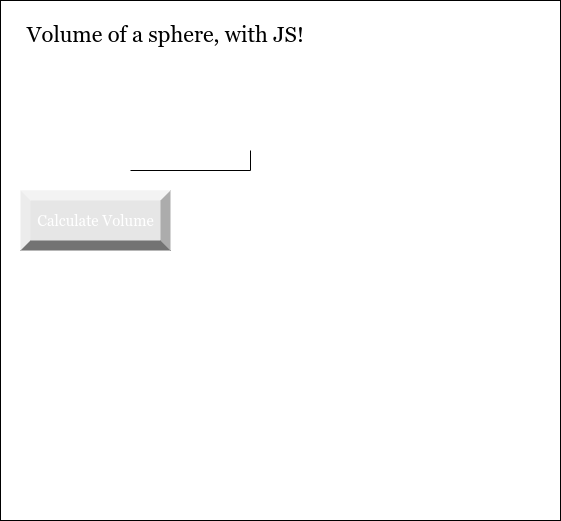
The draw.io diagram design/storyboard.png in Brayden-Blank/ICS2O-Unit-3-03-HTML-2, before a commit. Source tidied: cells renumbered, new cells last; positions are measured from the earlier drawing's top-left corner, leaving out a move shared by most shapes. The source it was exported from:
```xml
<mxGraphModel>
  <root>
    <mxCell id="0" />
    <mxCell id="1" parent="0" />
    <mxCell id="2" style="verticalLabelPosition=bottom;verticalAlign=top;html=1;shape=mxgraph.basic.rect;fillColor2=none;strokeWidth=1;size=20;indent=5;" parent="1" vertex="1">
      <mxGeometry width="560" height="520" as="geometry" />
    </mxCell>
    <mxCell id="3" value="Volume of a sphere, with JS!" style="text;html=1;align=center;verticalAlign=middle;strokeColor=none;fillColor=none;fontSize=22;fontFamily=Georgia;" parent="1" vertex="1">
      <mxGeometry x="20" y="20" width="290" height="30" as="geometry" />
    </mxCell>
    <mxCell id="4" value="&lt;font style=&quot;font-size: 30px;&quot; color=&quot;#ffffff&quot;&gt;V = 4/3&amp;nbsp;&lt;span style=&quot;text-align: left; font-size: 30px;&quot;&gt;π&amp;nbsp; r&lt;sup style=&quot;font-size: 30px;&quot;&gt;3&lt;/sup&gt;&lt;/span&gt;&lt;/font&gt;" style="text;html=1;align=center;verticalAlign=middle;strokeColor=none;fillColor=none;fontSize=30;fontFamily=Georgia;" parent="1" vertex="1">
      <mxGeometry x="20" y="60" width="190" height="50" as="geometry" />
    </mxCell>
    <mxCell id="5" value="&lt;font style=&quot;font-size: 15px&quot;&gt;Input radius...&lt;/font&gt;" style="text;html=1;align=center;verticalAlign=middle;strokeColor=none;fillColor=none;fontSize=30;fontFamily=Georgia;fontColor=#FFFFFF;" parent="1" vertex="1">
      <mxGeometry x="20" y="130" width="110" height="50" as="geometry" />
    </mxCell>
    <mxCell id="6" style="shape=partialRectangle;whiteSpace=wrap;html=1;top=0;left=0;fillColor=none;labelBackgroundColor=none;fontFamily=Georgia;fontSize=15;fontColor=#FFFFFF;" parent="1" vertex="1">
      <mxGeometry x="130" y="150" width="120" height="20" as="geometry" />
    </mxCell>
    <mxCell id="7" value="Calculate Volume" style="labelPosition=center;verticalLabelPosition=middle;align=center;html=1;shape=mxgraph.basic.shaded_button;dx=10;fillColor=#E6E6E6;strokeColor=none;labelBackgroundColor=none;fontFamily=Georgia;fontSize=15;fontColor=#FFFFFF;" parent="1" vertex="1">
      <mxGeometry x="20" y="190" width="150" height="60" as="geometry" />
    </mxCell>
  </root>
</mxGraphModel>
```
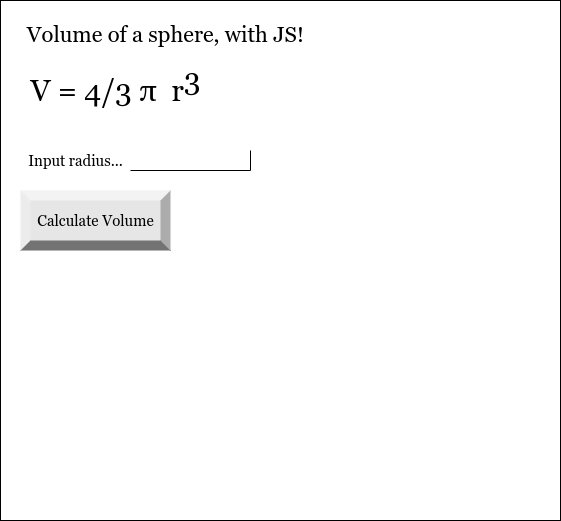
Later version of the same file.

Commit message:
made storyboard

What changed in the source:
```diff
@@ -8,16 +8,16 @@
     <mxCell id="3" value="Volume of a sphere, with JS!" style="text;html=1;align=center;verticalAlign=middle;strokeColor=none;fillColor=none;fontSize=22;fontFamily=Georgia;" parent="1" vertex="1">
       <mxGeometry x="20" y="20" width="290" height="30" as="geometry" />
     </mxCell>
-    <mxCell id="4" value="&lt;font style=&quot;font-size: 30px;&quot; color=&quot;#ffffff&quot;&gt;V = 4/3&amp;nbsp;&lt;span style=&quot;text-align: left; font-size: 30px;&quot;&gt;π&amp;nbsp; r&lt;sup style=&quot;font-size: 30px;&quot;&gt;3&lt;/sup&gt;&lt;/span&gt;&lt;/font&gt;" style="text;html=1;align=center;verticalAlign=middle;strokeColor=none;fillColor=none;fontSize=30;fontFamily=Georgia;" parent="1" vertex="1">
+    <mxCell id="4" value="&lt;font style=&quot;font-size: 30px;&quot;&gt;V = 4/3&amp;nbsp;&lt;span style=&quot;text-align: left; font-size: 30px;&quot;&gt;π&amp;nbsp; r&lt;sup style=&quot;font-size: 30px;&quot;&gt;3&lt;/sup&gt;&lt;/span&gt;&lt;/font&gt;" style="text;html=1;align=center;verticalAlign=middle;strokeColor=none;fillColor=none;fontSize=30;fontFamily=Georgia;fontColor=#000000;" parent="1" vertex="1">
       <mxGeometry x="20" y="60" width="190" height="50" as="geometry" />
     </mxCell>
-    <mxCell id="5" value="&lt;font style=&quot;font-size: 15px&quot;&gt;Input radius...&lt;/font&gt;" style="text;html=1;align=center;verticalAlign=middle;strokeColor=none;fillColor=none;fontSize=30;fontFamily=Georgia;fontColor=#FFFFFF;" parent="1" vertex="1">
+    <mxCell id="5" value="&lt;font style=&quot;font-size: 15px&quot;&gt;Input radius...&lt;/font&gt;" style="text;html=1;align=center;verticalAlign=middle;strokeColor=none;fillColor=none;fontSize=30;fontFamily=Georgia;fontColor=#000000;" parent="1" vertex="1">
       <mxGeometry x="20" y="130" width="110" height="50" as="geometry" />
     </mxCell>
     <mxCell id="6" style="shape=partialRectangle;whiteSpace=wrap;html=1;top=0;left=0;fillColor=none;labelBackgroundColor=none;fontFamily=Georgia;fontSize=15;fontColor=#FFFFFF;" parent="1" vertex="1">
       <mxGeometry x="130" y="150" width="120" height="20" as="geometry" />
     </mxCell>
-    <mxCell id="7" value="Calculate Volume" style="labelPosition=center;verticalLabelPosition=middle;align=center;html=1;shape=mxgraph.basic.shaded_button;dx=10;fillColor=#E6E6E6;strokeColor=none;labelBackgroundColor=none;fontFamily=Georgia;fontSize=15;fontColor=#FFFFFF;" parent="1" vertex="1">
+    <mxCell id="7" value="Calculate Volume" style="labelPosition=center;verticalLabelPosition=middle;align=center;html=1;shape=mxgraph.basic.shaded_button;dx=10;fillColor=#E6E6E6;strokeColor=none;labelBackgroundColor=none;fontFamily=Georgia;fontSize=15;fontColor=#000000;" parent="1" vertex="1">
       <mxGeometry x="20" y="190" width="150" height="60" as="geometry" />
     </mxCell>
   </root>
```
